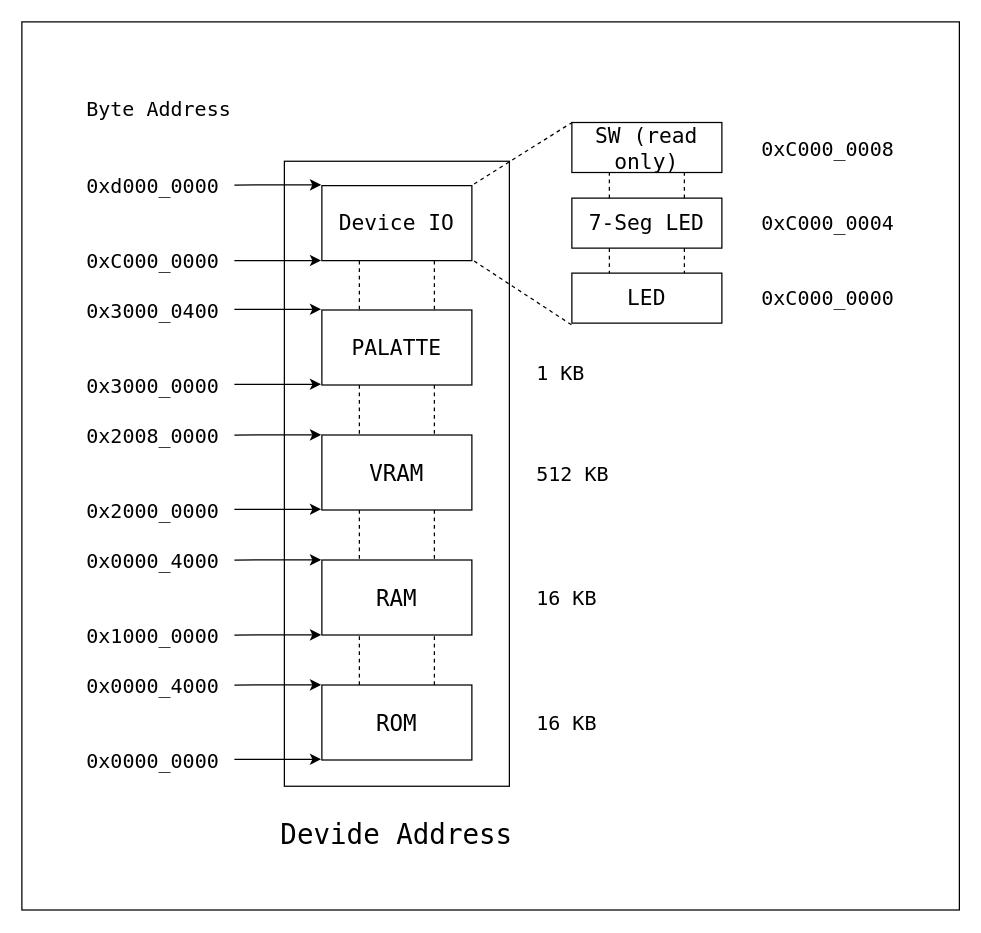
Earlier version of the draw.io diagram img/device_addr.drawio (kzwrime/priscv). Source tidied: cells renumbered, new cells numbered last; positions are measured from the earlier drawing's top-left corner, leaving out a move shared by most shapes. Both pictures are drawn from the tidied source at 125%, with x=0, y=0 at pixel (21, 21).
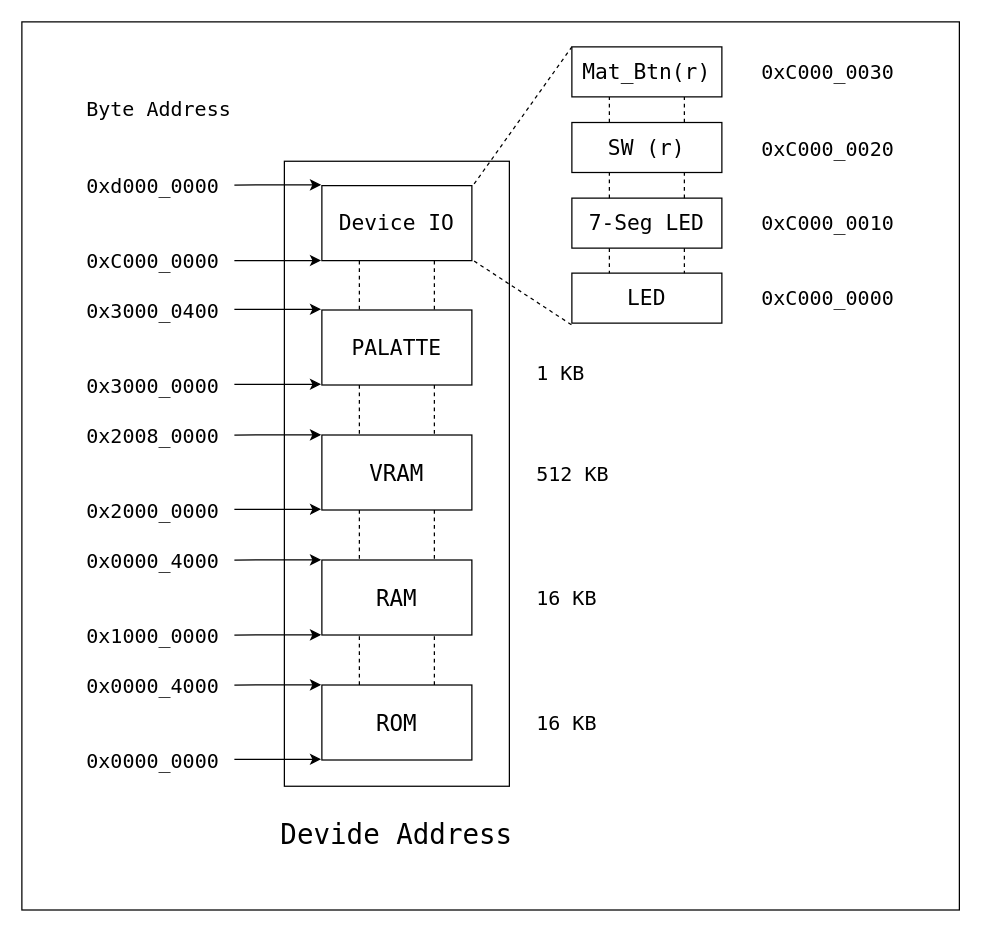
After the change.

Commit message (it also covers changes not shown here):
modify device_addr img

Unchanged cells that the change refers to:
```xml
<mxCell id="11" value="Device IO" style="rounded=0;whiteSpace=wrap;html=1;fontSize=17;fontFamily=Lucida Console;" parent="1" vertex="1">
  <mxGeometry x="240" y="131" width="120" height="60" as="geometry" />
</mxCell>
```

Diff of the diagram source:
```diff
@@
-    <mxCell id="9" value="SW (read only)" style="rounded=0;whiteSpace=wrap;html=1;fontSize=17;fontFamily=Lucida Console;" parent="1" vertex="1">
+    <mxCell id="9" value="SW (r)" style="rounded=0;whiteSpace=wrap;html=1;fontSize=17;fontFamily=Lucida Console;" parent="1" vertex="1">
       <mxGeometry x="440" y="80.5" width="120" height="40" as="geometry" />
     </mxCell>
@@
-    <mxCell id="20" style="endArrow=none;dashed=1;html=1;fontSize=17;exitX=1.015;exitY=-0.022;exitDx=0;exitDy=0;exitPerimeter=0;entryX=0.008;entryY=-0.013;entryDx=0;entryDy=0;entryPerimeter=0;fontFamily=Lucida Console;" parent="1" edge="1" source="11" target="9">
+    <mxCell id="20" style="endArrow=none;dashed=1;html=1;fontSize=17;exitX=1.015;exitY=-0.022;exitDx=0;exitDy=0;exitPerimeter=0;entryX=0;entryY=0;entryDx=0;entryDy=0;fontFamily=Lucida Console;" parent="1" edge="1" source="11" target="55">
       <mxGeometry relative="1" as="geometry" />
     </mxCell>
@@
-    <mxCell id="52" value="&lt;font style=&quot;font-size: 16px&quot;&gt;0xC000_0004&lt;/font&gt;" style="text;html=1;strokeColor=none;fillColor=none;align=center;verticalAlign=middle;whiteSpace=wrap;rounded=0;fontSize=16;fontFamily=Lucida Console;" parent="1" vertex="1">
+    <mxCell id="52" value="&lt;font style=&quot;font-size: 16px&quot;&gt;0xC000_0010&lt;/font&gt;" style="text;html=1;strokeColor=none;fillColor=none;align=center;verticalAlign=middle;whiteSpace=wrap;rounded=0;fontSize=16;fontFamily=Lucida Console;" parent="1" vertex="1">
       <mxGeometry x="560" y="151" width="170" height="20" as="geometry" />
     </mxCell>
-    <mxCell id="53" value="&lt;font style=&quot;font-size: 16px&quot;&gt;0xC000_0008&lt;/font&gt;" style="text;html=1;strokeColor=none;fillColor=none;align=center;verticalAlign=middle;whiteSpace=wrap;rounded=0;fontSize=16;fontFamily=Lucida Console;" parent="1" vertex="1">
+    <mxCell id="53" value="&lt;font style=&quot;font-size: 16px&quot;&gt;0xC000_0020&lt;/font&gt;" style="text;html=1;strokeColor=none;fillColor=none;align=center;verticalAlign=middle;whiteSpace=wrap;rounded=0;fontSize=16;fontFamily=Lucida Console;" parent="1" vertex="1">
       <mxGeometry x="560" y="91.5" width="170" height="20" as="geometry" />
     </mxCell>
@@
+    <mxCell id="55" value="&lt;span style=&quot;white-space: normal ; font-size: 17px&quot;&gt;Mat_Btn(r)&lt;/span&gt;" style="rounded=0;whiteSpace=wrap;html=1;fontSize=17;fontFamily=Lucida Console;labelBackgroundColor=none;" parent="1" vertex="1">
+      <mxGeometry x="440" y="20" width="120" height="40" as="geometry" />
+    </mxCell>
+    <mxCell id="56" style="endArrow=none;dashed=1;html=1;fontSize=17;entryX=0.25;entryY=1;entryDx=0;entryDy=0;exitX=0.25;exitY=0;exitDx=0;exitDy=0;fontFamily=Lucida Console;" parent="1" edge="1" source="9" target="55">
+      <mxGeometry relative="1" as="geometry" />
+    </mxCell>
+    <mxCell id="57" style="endArrow=none;dashed=1;html=1;fontSize=17;entryX=0.75;entryY=1;entryDx=0;entryDy=0;exitX=0.75;exitY=0;exitDx=0;exitDy=0;fontFamily=Lucida Console;" parent="1" edge="1" source="9" target="55">
+      <mxGeometry relative="1" as="geometry" />
+    </mxCell>
+    <mxCell id="58" value="&lt;font style=&quot;font-size: 16px&quot;&gt;0xC000_0030&lt;/font&gt;" style="text;html=1;strokeColor=none;fillColor=none;align=center;verticalAlign=middle;whiteSpace=wrap;rounded=0;fontSize=16;fontFamily=Lucida Console;" parent="1" vertex="1">
+      <mxGeometry x="560" y="30" width="170" height="20" as="geometry" />
+    </mxCell>
```
